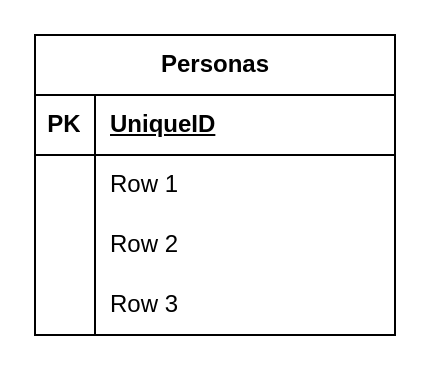
2004Style/diagrama_base_de_Datos keeps this draw.io diagram as Diagrama sin título.drawio. Above is the earlier version. Source tidied: cells renumbered, new cells numbered last; positions are measured from the earlier drawing's top-left corner, leaving out a move shared by most shapes. Both pictures are drawn from the tidied source at 200%, with x=0, y=0 at pixel (34, 34).
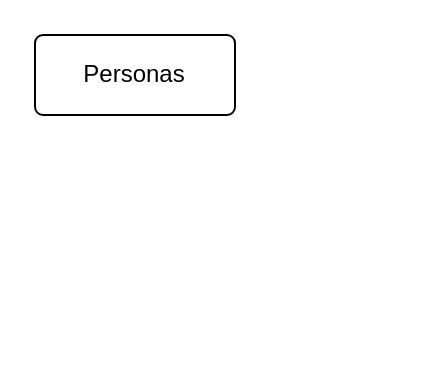
The same page after the edit.

The edit, as a diff of the source:
```diff
@@
 <mxGraphModel>
   <root>
     <mxCell id="0" />
     <mxCell id="1" parent="0" />
-    <mxCell id="2" value="Personas" style="shape=table;startSize=30;childLayout=tableLayout;rowLines=0;fontStyle=1;align=center;html=1;" parent="1" vertex="1">
-      <mxGeometry width="180" height="150" as="geometry" />
+    <mxCell id="2" value="Personas" style="rounded=1;arcSize=10;whiteSpace=wrap;html=1;align=center;" parent="1" vertex="1">
+      <mxGeometry width="100" height="40" as="geometry" />
     </mxCell>
-    <mxCell id="3" style="shape=tableRow;horizontal=0;startSize=0;swimlaneHead=0;swimlaneBody=0;fillColor=none;top=0;left=0;right=0;bottom=1;" parent="2" vertex="1">
-      <mxGeometry y="30" width="180" height="30" as="geometry" />
-    </mxCell>
-    <mxCell id="4" value="PK" style="shape=partialRectangle;fillColor=none;top=0;left=0;bottom=0;right=0;fontStyle=1;overflow=hidden;whiteSpace=wrap;html=1;" parent="3" vertex="1">
-      <mxGeometry width="30" height="30" as="geometry" />
-    </mxCell>
-    <mxCell id="5" value="UniqueID" style="shape=partialRectangle;fillColor=none;top=0;left=0;bottom=0;right=0;align=left;spacingLeft=6;fontStyle=5;overflow=hidden;whiteSpace=wrap;html=1;" parent="3" vertex="1">
-      <mxGeometry x="30" width="150" height="30" as="geometry" />
-    </mxCell>
-    <mxCell id="6" style="shape=tableRow;horizontal=0;startSize=0;swimlaneHead=0;swimlaneBody=0;fillColor=none;top=0;left=0;right=0;bottom=0;" parent="2" vertex="1">
-      <mxGeometry y="60" width="180" height="30" as="geometry" />
-    </mxCell>
-    <mxCell id="7" style="shape=partialRectangle;fillColor=none;top=0;left=0;bottom=0;right=0;overflow=hidden;whiteSpace=wrap;html=1;" parent="6" vertex="1">
-      <mxGeometry width="30" height="30" as="geometry" />
-    </mxCell>
-    <mxCell id="8" value="Row 1" style="shape=partialRectangle;fillColor=none;top=0;left=0;bottom=0;right=0;align=left;spacingLeft=6;overflow=hidden;whiteSpace=wrap;html=1;" parent="6" vertex="1">
-      <mxGeometry x="30" width="150" height="30" as="geometry" />
-    </mxCell>
-    <mxCell id="9" style="shape=tableRow;horizontal=0;startSize=0;swimlaneHead=0;swimlaneBody=0;fillColor=none;top=0;left=0;right=0;bottom=0;" parent="2" vertex="1">
-      <mxGeometry y="90" width="180" height="30" as="geometry" />
-    </mxCell>
-    <mxCell id="10" style="shape=partialRectangle;fillColor=none;top=0;left=0;bottom=0;right=0;overflow=hidden;whiteSpace=wrap;html=1;" parent="9" vertex="1">
-      <mxGeometry width="30" height="30" as="geometry" />
-    </mxCell>
-    <mxCell id="11" value="Row 2" style="shape=partialRectangle;fillColor=none;top=0;left=0;bottom=0;right=0;align=left;spacingLeft=6;overflow=hidden;whiteSpace=wrap;html=1;" parent="9" vertex="1">
-      <mxGeometry x="30" width="150" height="30" as="geometry" />
-    </mxCell>
-    <mxCell id="12" style="shape=tableRow;horizontal=0;startSize=0;swimlaneHead=0;swimlaneBody=0;fillColor=none;top=0;left=0;right=0;bottom=0;" parent="2" vertex="1">
-      <mxGeometry y="120" width="180" height="30" as="geometry" />
-    </mxCell>
-    <mxCell id="13" style="shape=partialRectangle;fillColor=none;top=0;left=0;bottom=0;right=0;overflow=hidden;whiteSpace=wrap;html=1;" parent="12" vertex="1">
-      <mxGeometry width="30" height="30" as="geometry" />
-    </mxCell>
-    <mxCell id="14" value="Row 3" style="shape=partialRectangle;fillColor=none;top=0;left=0;bottom=0;right=0;align=left;spacingLeft=6;overflow=hidden;whiteSpace=wrap;html=1;" parent="12" vertex="1">
-      <mxGeometry x="30" width="150" height="30" as="geometry" />
-    </mxCell>
   </root>
 </mxGraphModel>
```
